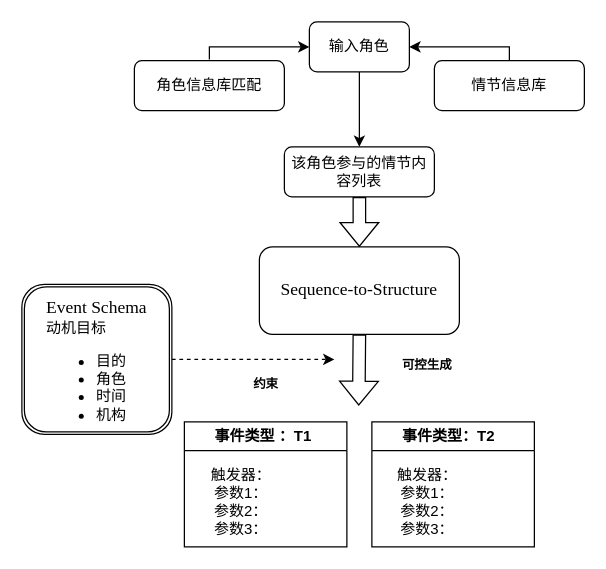
Luoxun1989/work-graph keeps this draw.io diagram as 动机目标维度.drawio. Above is the earlier version. Source tidied: cells renumbered, new cells numbered last; positions are measured from the earlier drawing's top-left corner, leaving out a move shared by most shapes. Both pictures are drawn from the tidied source at 125%, with x=0, y=0 at pixel (21, 21).
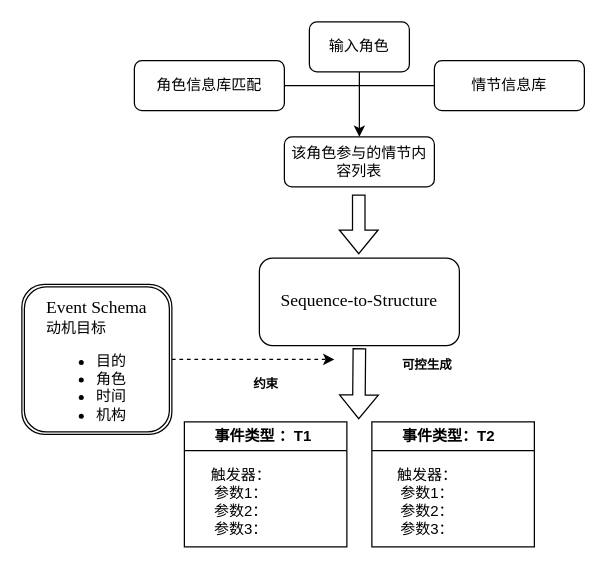
The same page after the edit.

Commit message (it also covers changes not shown here):
更新动机目标维度.drawio

The change refers to these unchanged cells:
```xml
<mxCell id="2" value="角色信息库匹配" style="rounded=1;whiteSpace=wrap;html=1;fontSize=12;glass=0;strokeWidth=1;shadow=0;" parent="1" vertex="1">
  <mxGeometry x="90" y="31" width="120" height="40" as="geometry" />
</mxCell>
<mxCell id="3" value="情节信息库" style="rounded=1;whiteSpace=wrap;html=1;fontSize=12;glass=0;strokeWidth=1;shadow=0;" parent="1" vertex="1">
  <mxGeometry x="330" y="31" width="120" height="40" as="geometry" />
</mxCell>
<mxCell id="5" value="输入角色" style="rounded=1;whiteSpace=wrap;html=1;fontSize=12;glass=0;strokeWidth=1;shadow=0;" parent="1" vertex="1">
  <mxGeometry x="230" width="80" height="40" as="geometry" />
</mxCell>
```

Change to the diagram source:
```diff
@@
     <mxCell id="4" value="该角色参与的情节内容列表" style="rounded=1;whiteSpace=wrap;html=1;fontSize=12;glass=0;strokeWidth=1;shadow=0;" parent="1" vertex="1">
-      <mxGeometry x="210" y="100" width="120" height="40" as="geometry" />
+      <mxGeometry x="210" y="92" width="120" height="40" as="geometry" />
     </mxCell>
@@
     <mxCell id="6" value="&lt;p class=&quot;MsoNormal&quot;&gt;&lt;span style=&quot;mso-spacerun:'yes';font-family:'Times New Roman';font-size:10.5000pt;&lt;br/&gt;mso-font-kerning:1.0000pt;&quot;&gt;Sequence-to-Structure&lt;/span&gt;&lt;/p&gt;" style="rounded=1;whiteSpace=wrap;html=1;fontSize=12;glass=0;strokeWidth=1;shadow=0;" parent="1" vertex="1">
-      <mxGeometry x="190" y="180" width="160" height="70" as="geometry" />
+      <mxGeometry x="190" y="189" width="160" height="70" as="geometry" />
     </mxCell>
@@
-    <mxCell id="9" style="shape=flexArrow;endArrow=classic;html=1;rounded=0;exitX=0.5;exitY=1;exitDx=0;exitDy=0;entryX=0.5;entryY=0;entryDx=0;entryDy=0;" parent="1" edge="1" source="4" target="6">
-      <mxGeometry relative="1" as="geometry" />
+    <mxCell id="9" style="shape=flexArrow;endArrow=classic;html=1;rounded=0;exitX=0.5;exitY=1;exitDx=0;exitDy=0;" parent="1" edge="1">
+      <mxGeometry relative="1" as="geometry">
+        <mxPoint x="269.5" y="138" as="sourcePoint" />
+        <mxPoint x="269.5" y="186" as="targetPoint" />
+      </mxGeometry>
     </mxCell>
     <mxCell id="10" style="shape=flexArrow;endArrow=classic;html=1;rounded=0;exitX=0.453;exitY=1.043;exitDx=0;exitDy=0;exitPerimeter=0;" parent="1" edge="1">
       <mxGeometry relative="1" as="geometry">
-        <mxPoint x="270" y="250" as="sourcePoint" />
-        <mxPoint x="269.5" y="307" as="targetPoint" />
+        <mxPoint x="270" y="261" as="sourcePoint" />
+        <mxPoint x="269.5" y="318" as="targetPoint" />
       </mxGeometry>
     </mxCell>
@@
-    <mxCell id="18" style="endArrow=classic;html=1;rounded=0;exitX=0.5;exitY=0;exitDx=0;exitDy=0;entryX=1;entryY=0.5;entryDx=0;entryDy=0;" parent="1" edge="1" source="3" target="5">
-      <mxGeometry relative="1" as="geometry">
-        <Array as="points">
-          <mxPoint x="390" y="20" />
-        </Array>
-      </mxGeometry>
-    </mxCell>
-    <mxCell id="19" style="endArrow=classic;html=1;rounded=0;entryX=0;entryY=0.5;entryDx=0;entryDy=0;" parent="1" edge="1" target="5">
-      <mxGeometry relative="1" as="geometry">
-        <mxPoint x="150" y="30" as="sourcePoint" />
-        <Array as="points">
-          <mxPoint x="150" y="20" />
-        </Array>
-      </mxGeometry>
-    </mxCell>
+    <mxCell id="20" style="endArrow=none;html=1;rounded=0;exitX=1;exitY=0.5;exitDx=0;exitDy=0;entryX=0;entryY=0.5;entryDx=0;entryDy=0;" parent="1" edge="1" source="2" target="3">
+      <mxGeometry relative="1" as="geometry" />
+    </mxCell>
```
